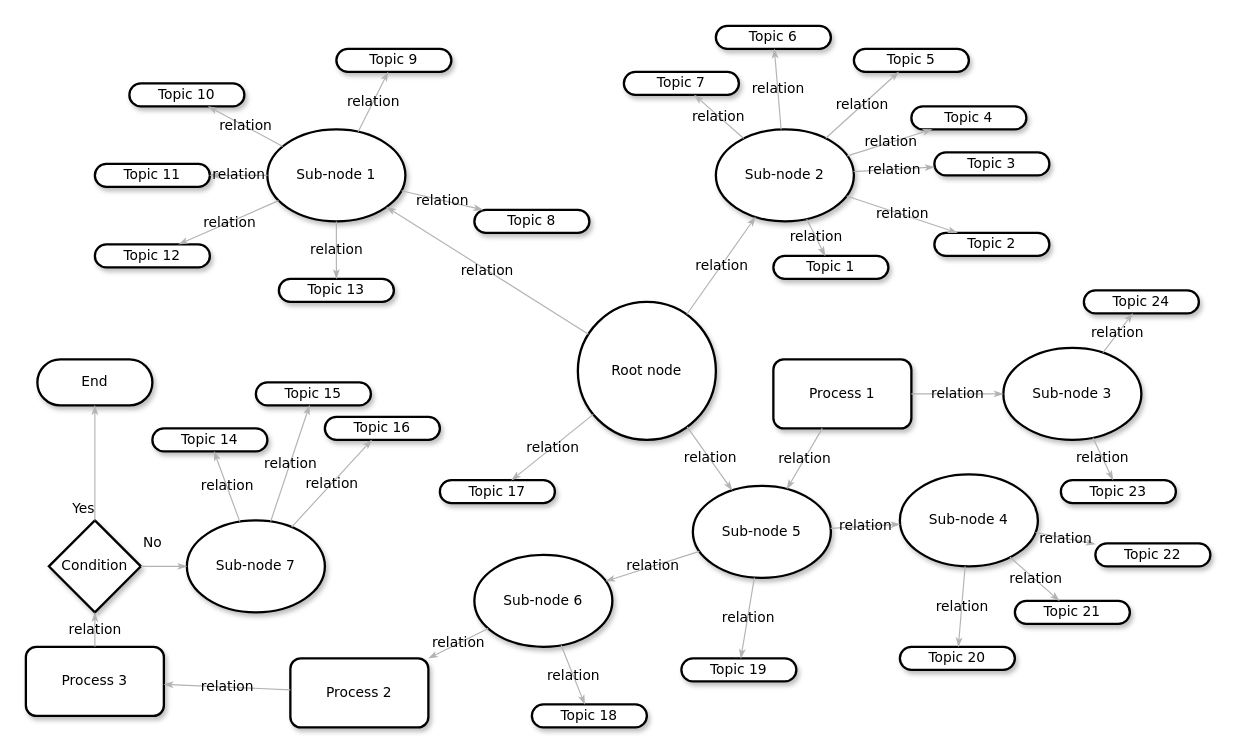
The draw.io diagram 未命名绘图.drawio in grassroots-project/knowledge, before the edit. Source tidied: cells renumbered, new cells numbered last; positions are measured from the earlier drawing's top-left corner, leaving out a move shared by most shapes. Both pictures are drawn from the tidied source at 115%, with x=0, y=0 at pixel (25, 25).
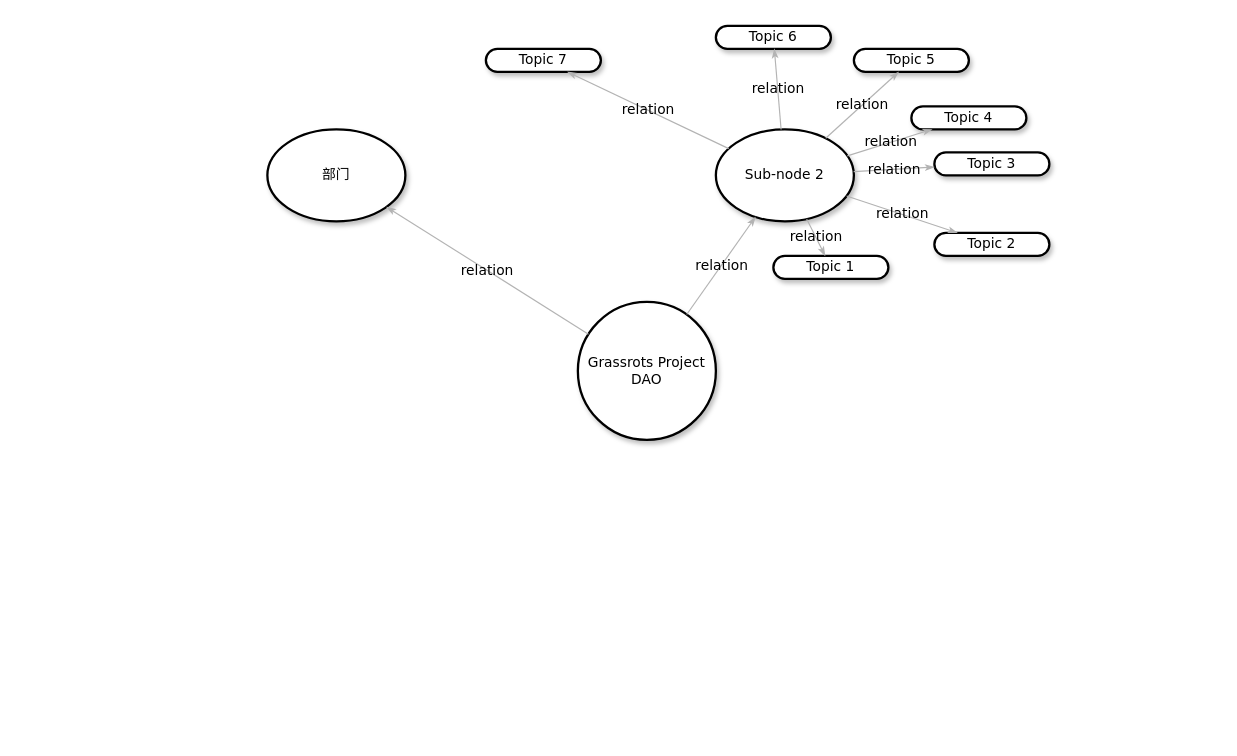
The same diagram, later.

Commit message:
更新未命名绘图.drawio

The edit, as a diff of the source:
```diff
@@
-    <mxCell id="2" value="&lt;span&gt;Topic 10&lt;/span&gt;" style="whiteSpace=wrap;html=1;rounded=1;shadow=1;comic=0;labelBackgroundColor=none;strokeWidth=2;fontFamily=Verdana;fontSize=12;align=center;arcSize=50;" parent="1" vertex="1">
-      <mxGeometry x="90" y="50" width="100" height="20" as="geometry" />
-    </mxCell>
-    <mxCell id="3" value="Sub-node 1" style="ellipse;whiteSpace=wrap;html=1;rounded=1;shadow=1;comic=0;labelBackgroundColor=none;strokeWidth=2;fontFamily=Verdana;fontSize=12;align=center;" parent="1" vertex="1">
+    <mxCell id="3" value="部门" style="ellipse;whiteSpace=wrap;html=1;rounded=1;shadow=1;comic=0;labelBackgroundColor=none;strokeWidth=2;fontFamily=Verdana;fontSize=12;align=center;" parent="1" vertex="1">
       <mxGeometry x="210" y="90" width="120" height="80" as="geometry" />
     </mxCell>
@@
-    <mxCell id="5" value="Root node" style="ellipse;whiteSpace=wrap;html=1;rounded=1;shadow=1;comic=0;labelBackgroundColor=none;strokeWidth=2;fontFamily=Verdana;fontSize=12;align=center;" parent="1" vertex="1">
+    <mxCell id="5" value="Grassrots Project&lt;br&gt;DAO" style="ellipse;whiteSpace=wrap;html=1;rounded=1;shadow=1;comic=0;labelBackgroundColor=none;strokeWidth=2;fontFamily=Verdana;fontSize=12;align=center;" parent="1" vertex="1">
       <mxGeometry x="480" y="240" width="120" height="120" as="geometry" />
     </mxCell>
-    <mxCell id="6" value="&lt;span&gt;Sub-node 5&lt;/span&gt;" style="ellipse;whiteSpace=wrap;html=1;rounded=1;shadow=1;comic=0;labelBackgroundColor=none;strokeWidth=2;fontFamily=Verdana;fontSize=12;align=center;" parent="1" vertex="1">
-      <mxGeometry x="580" y="400" width="120" height="80" as="geometry" />
-    </mxCell>
-    <mxCell id="7" value="&lt;span&gt;Sub-node 4&lt;/span&gt;" style="ellipse;whiteSpace=wrap;html=1;rounded=1;shadow=1;comic=0;labelBackgroundColor=none;strokeWidth=2;fontFamily=Verdana;fontSize=12;align=center;" parent="1" vertex="1">
-      <mxGeometry x="760" y="390" width="120" height="80" as="geometry" />
-    </mxCell>
-    <mxCell id="8" value="&lt;span&gt;Sub-node 6&lt;/span&gt;" style="ellipse;whiteSpace=wrap;html=1;rounded=1;shadow=1;comic=0;labelBackgroundColor=none;strokeWidth=2;fontFamily=Verdana;fontSize=12;align=center;" parent="1" vertex="1">
-      <mxGeometry x="390" y="460" width="120" height="80" as="geometry" />
-    </mxCell>
-    <mxCell id="9" value="&lt;span&gt;Topic 11&lt;/span&gt;" style="whiteSpace=wrap;html=1;rounded=1;shadow=1;comic=0;labelBackgroundColor=none;strokeWidth=2;fontFamily=Verdana;fontSize=12;align=center;arcSize=50;" parent="1" vertex="1">
-      <mxGeometry x="60" y="120" width="100" height="20" as="geometry" />
-    </mxCell>
-    <mxCell id="10" value="&lt;span&gt;Topic 12&lt;/span&gt;" style="whiteSpace=wrap;html=1;rounded=1;shadow=1;comic=0;labelBackgroundColor=none;strokeWidth=2;fontFamily=Verdana;fontSize=12;align=center;arcSize=50;" parent="1" vertex="1">
-      <mxGeometry x="60" y="190" width="100" height="20" as="geometry" />
-    </mxCell>
-    <mxCell id="11" value="&lt;span&gt;Topic 9&lt;/span&gt;" style="whiteSpace=wrap;html=1;rounded=1;shadow=1;comic=0;labelBackgroundColor=none;strokeWidth=2;fontFamily=Verdana;fontSize=12;align=center;arcSize=50;" parent="1" vertex="1">
-      <mxGeometry x="270" y="20" width="100" height="20" as="geometry" />
-    </mxCell>
     <mxCell id="12" value="&lt;span&gt;Topic 7&lt;/span&gt;" style="whiteSpace=wrap;html=1;rounded=1;shadow=1;comic=0;labelBackgroundColor=none;strokeWidth=2;fontFamily=Verdana;fontSize=12;align=center;arcSize=50;" parent="1" vertex="1">
-      <mxGeometry x="520" y="40" width="100" height="20" as="geometry" />
+      <mxGeometry x="400" y="20" width="100" height="20" as="geometry" />
     </mxCell>
-    <mxCell id="13" value="&lt;span&gt;Topic 21&lt;/span&gt;" style="whiteSpace=wrap;html=1;rounded=1;shadow=1;comic=0;labelBackgroundColor=none;strokeWidth=2;fontFamily=Verdana;fontSize=12;align=center;arcSize=50;" parent="1" vertex="1">
-      <mxGeometry x="860" y="500" width="100" height="20" as="geometry" />
-    </mxCell>
-    <mxCell id="14" value="&lt;span&gt;Topic 22&lt;/span&gt;" style="whiteSpace=wrap;html=1;rounded=1;shadow=1;comic=0;labelBackgroundColor=none;strokeWidth=2;fontFamily=Verdana;fontSize=12;align=center;arcSize=50;" parent="1" vertex="1">
-      <mxGeometry x="930" y="450" width="100" height="20" as="geometry" />
-    </mxCell>
@@
-    <mxCell id="21" value="&lt;span&gt;Topic 20&lt;/span&gt;" style="whiteSpace=wrap;html=1;rounded=1;shadow=1;comic=0;labelBackgroundColor=none;strokeWidth=2;fontFamily=Verdana;fontSize=12;align=center;arcSize=50;" parent="1" vertex="1">
-      <mxGeometry x="760" y="540" width="100" height="20" as="geometry" />
-    </mxCell>
-    <mxCell id="22" value="End" style="whiteSpace=wrap;html=1;rounded=1;shadow=1;comic=0;labelBackgroundColor=none;strokeWidth=2;fontFamily=Verdana;fontSize=12;align=center;arcSize=50;" parent="1" vertex="1">
-      <mxGeometry x="10" y="290" width="100" height="40" as="geometry" />
-    </mxCell>
-    <mxCell id="23" value="Condition" style="rhombus;whiteSpace=wrap;html=1;rounded=0;shadow=1;comic=0;labelBackgroundColor=none;strokeWidth=2;fontFamily=Verdana;fontSize=12;align=center;" parent="1" vertex="1">
-      <mxGeometry x="20" y="430" width="80" height="80" as="geometry" />
-    </mxCell>
-    <mxCell id="24" value="&lt;span&gt;Process 3&lt;/span&gt;" style="rounded=1;whiteSpace=wrap;html=1;shadow=1;comic=0;labelBackgroundColor=none;strokeWidth=2;fontFamily=Verdana;fontSize=12;align=center;" parent="1" vertex="1">
-      <mxGeometry y="540" width="120" height="60" as="geometry" />
-    </mxCell>
-    <mxCell id="25" value="Process 2" style="rounded=1;whiteSpace=wrap;html=1;shadow=1;comic=0;labelBackgroundColor=none;strokeWidth=2;fontFamily=Verdana;fontSize=12;align=center;" parent="1" vertex="1">
-      <mxGeometry x="230" y="550" width="120" height="60" as="geometry" />
-    </mxCell>
-    <mxCell id="26" value="relation" style="edgeStyle=none;rounded=1;html=1;labelBackgroundColor=none;startArrow=none;startFill=0;startSize=5;endArrow=classicThin;endFill=1;endSize=5;jettySize=auto;strokeColor=#B3B3B3;strokeWidth=1;fontFamily=Verdana;fontSize=12;" parent="1" edge="1" source="3" target="11">
-      <mxGeometry relative="1" as="geometry" />
-    </mxCell>
-    <mxCell id="27" value="relation" style="edgeStyle=none;rounded=1;html=1;labelBackgroundColor=none;startArrow=none;startFill=0;startSize=5;endArrow=classicThin;endFill=1;endSize=5;jettySize=auto;strokeColor=#B3B3B3;strokeWidth=1;fontFamily=Verdana;fontSize=12;" parent="1" edge="1" source="3" target="2">
-      <mxGeometry relative="1" as="geometry" />
-    </mxCell>
-    <mxCell id="28" value="relation" style="edgeStyle=none;rounded=1;html=1;labelBackgroundColor=none;startArrow=none;startFill=0;startSize=5;endArrow=classicThin;endFill=1;endSize=5;jettySize=auto;strokeColor=#B3B3B3;strokeWidth=1;fontFamily=Verdana;fontSize=12;" parent="1" edge="1" source="3" target="9">
-      <mxGeometry relative="1" as="geometry" />
-    </mxCell>
-    <mxCell id="29" value="relation" style="edgeStyle=none;rounded=1;html=1;labelBackgroundColor=none;startArrow=none;startFill=0;startSize=5;endArrow=classicThin;endFill=1;endSize=5;jettySize=auto;strokeColor=#B3B3B3;strokeWidth=1;fontFamily=Verdana;fontSize=12;" parent="1" edge="1" source="3" target="10">
-      <mxGeometry relative="1" as="geometry" />
-    </mxCell>
@@
-    <mxCell id="32" value="relation" style="edgeStyle=none;rounded=1;html=1;labelBackgroundColor=none;startArrow=none;startFill=0;startSize=5;endArrow=classicThin;endFill=1;endSize=5;jettySize=auto;strokeColor=#B3B3B3;strokeWidth=1;fontFamily=Verdana;fontSize=12;" parent="1" edge="1" source="5" target="6">
-      <mxGeometry relative="1" as="geometry" />
-    </mxCell>
-    <mxCell id="33" value="relation" style="edgeStyle=none;rounded=1;html=1;labelBackgroundColor=none;startArrow=none;startFill=0;startSize=5;endArrow=classicThin;endFill=1;endSize=5;jettySize=auto;strokeColor=#B3B3B3;strokeWidth=1;fontFamily=Verdana;fontSize=12;" parent="1" edge="1" source="6" target="8">
-      <mxGeometry relative="1" as="geometry" />
-    </mxCell>
-    <mxCell id="34" value="relation" style="edgeStyle=none;rounded=1;html=1;labelBackgroundColor=none;startArrow=none;startFill=0;startSize=5;endArrow=classicThin;endFill=1;endSize=5;jettySize=auto;strokeColor=#B3B3B3;strokeWidth=1;fontFamily=Verdana;fontSize=12;" parent="1" edge="1" source="6" target="7">
-      <mxGeometry relative="1" as="geometry" />
-    </mxCell>
-    <mxCell id="35" value="relation" style="edgeStyle=none;rounded=1;html=1;labelBackgroundColor=none;startArrow=none;startFill=0;startSize=5;endArrow=classicThin;endFill=1;endSize=5;jettySize=auto;strokeColor=#B3B3B3;strokeWidth=1;fontFamily=Verdana;fontSize=12;" parent="1" edge="1" source="7" target="14">
-      <mxGeometry relative="1" as="geometry" />
-    </mxCell>
-    <mxCell id="36" value="relation" style="edgeStyle=none;rounded=1;html=1;labelBackgroundColor=none;startArrow=none;startFill=0;startSize=5;endArrow=classicThin;endFill=1;endSize=5;jettySize=auto;strokeColor=#B3B3B3;strokeWidth=1;fontFamily=Verdana;fontSize=12;" parent="1" edge="1" source="7" target="13">
-      <mxGeometry relative="1" as="geometry" />
-    </mxCell>
-    <mxCell id="37" value="relation" style="edgeStyle=none;rounded=1;html=1;labelBackgroundColor=none;startArrow=none;startFill=0;startSize=5;endArrow=classicThin;endFill=1;endSize=5;jettySize=auto;strokeColor=#B3B3B3;strokeWidth=1;fontFamily=Verdana;fontSize=12;" parent="1" edge="1" source="7" target="21">
-      <mxGeometry relative="1" as="geometry" />
-    </mxCell>
@@
-    <mxCell id="45" value="relation" style="edgeStyle=none;rounded=1;html=1;labelBackgroundColor=none;startArrow=none;startFill=0;startSize=5;endArrow=classicThin;endFill=1;endSize=5;jettySize=auto;strokeColor=#B3B3B3;strokeWidth=1;fontFamily=Verdana;fontSize=12;" parent="1" edge="1" source="8" target="25">
-      <mxGeometry relative="1" as="geometry" />
-    </mxCell>
-    <mxCell id="46" value="relation" style="edgeStyle=none;rounded=1;html=1;labelBackgroundColor=none;startArrow=none;startFill=0;startSize=5;endArrow=classicThin;endFill=1;endSize=5;jettySize=auto;strokeColor=#B3B3B3;strokeWidth=1;fontFamily=Verdana;fontSize=12;" parent="1" edge="1" source="25" target="24">
-      <mxGeometry relative="1" as="geometry" />
-    </mxCell>
-    <mxCell id="47" value="relation" style="edgeStyle=none;rounded=1;html=1;labelBackgroundColor=none;startArrow=none;startFill=0;startSize=5;endArrow=classicThin;endFill=1;endSize=5;jettySize=auto;strokeColor=#B3B3B3;strokeWidth=1;fontFamily=Verdana;fontSize=12;" parent="1" edge="1" source="24" target="23">
-      <mxGeometry relative="1" as="geometry" />
-    </mxCell>
-    <mxCell id="48" value="Yes" style="edgeStyle=none;rounded=1;html=1;labelBackgroundColor=none;startArrow=none;startFill=0;startSize=5;endArrow=classicThin;endFill=1;endSize=5;jettySize=auto;strokeColor=#B3B3B3;strokeWidth=1;fontFamily=Verdana;fontSize=12;" parent="1" edge="1" source="23" target="22">
-      <mxGeometry x="-0.79" y="10" relative="1" as="geometry" />
-    </mxCell>
-    <mxCell id="49" value="Process 1" style="rounded=1;whiteSpace=wrap;html=1;shadow=1;comic=0;labelBackgroundColor=none;strokeWidth=2;fontFamily=Verdana;fontSize=12;align=center;" parent="1" vertex="1">
-      <mxGeometry x="650" y="290" width="120" height="60" as="geometry" />
-    </mxCell>
-    <mxCell id="50" value="&lt;span&gt;Sub-node 3&lt;/span&gt;" style="ellipse;whiteSpace=wrap;html=1;rounded=1;shadow=1;comic=0;labelBackgroundColor=none;strokeWidth=2;fontFamily=Verdana;fontSize=12;align=center;" parent="1" vertex="1">
-      <mxGeometry x="850" y="280" width="120" height="80" as="geometry" />
-    </mxCell>
-    <mxCell id="51" value="&lt;span&gt;Topic 24&lt;/span&gt;" style="whiteSpace=wrap;html=1;rounded=1;shadow=1;comic=0;labelBackgroundColor=none;strokeWidth=2;fontFamily=Verdana;fontSize=12;align=center;arcSize=50;" parent="1" vertex="1">
-      <mxGeometry x="920" y="230" width="100" height="20" as="geometry" />
-    </mxCell>
-    <mxCell id="52" value="&lt;span&gt;Topic 23&lt;/span&gt;" style="whiteSpace=wrap;html=1;rounded=1;shadow=1;comic=0;labelBackgroundColor=none;strokeWidth=2;fontFamily=Verdana;fontSize=12;align=center;arcSize=50;" parent="1" vertex="1">
-      <mxGeometry x="900" y="395" width="100" height="20" as="geometry" />
-    </mxCell>
-    <mxCell id="53" value="&lt;span&gt;Topic 8&lt;/span&gt;" style="whiteSpace=wrap;html=1;rounded=1;shadow=1;comic=0;labelBackgroundColor=none;strokeWidth=2;fontFamily=Verdana;fontSize=12;align=center;arcSize=50;" parent="1" vertex="1">
-      <mxGeometry x="390" y="160" width="100" height="20" as="geometry" />
-    </mxCell>
-    <mxCell id="54" value="&lt;span&gt;Topic 13&lt;/span&gt;" style="whiteSpace=wrap;html=1;rounded=1;shadow=1;comic=0;labelBackgroundColor=none;strokeWidth=2;fontFamily=Verdana;fontSize=12;align=center;arcSize=50;" parent="1" vertex="1">
-      <mxGeometry x="220" y="220" width="100" height="20" as="geometry" />
-    </mxCell>
-    <mxCell id="55" value="&lt;span&gt;Topic 19&lt;/span&gt;" style="whiteSpace=wrap;html=1;rounded=1;shadow=1;comic=0;labelBackgroundColor=none;strokeWidth=2;fontFamily=Verdana;fontSize=12;align=center;arcSize=50;" parent="1" vertex="1">
-      <mxGeometry x="570" y="550" width="100" height="20" as="geometry" />
-    </mxCell>
-    <mxCell id="56" value="&lt;span&gt;Topic 18&lt;/span&gt;" style="whiteSpace=wrap;html=1;rounded=1;shadow=1;comic=0;labelBackgroundColor=none;strokeWidth=2;fontFamily=Verdana;fontSize=12;align=center;arcSize=50;" parent="1" vertex="1">
-      <mxGeometry x="440" y="590" width="100" height="20" as="geometry" />
-    </mxCell>
-    <mxCell id="57" value="&lt;span&gt;Topic 17&lt;/span&gt;" style="whiteSpace=wrap;html=1;rounded=1;shadow=1;comic=0;labelBackgroundColor=none;strokeWidth=2;fontFamily=Verdana;fontSize=12;align=center;arcSize=50;" parent="1" vertex="1">
-      <mxGeometry x="360" y="395" width="100" height="20" as="geometry" />
-    </mxCell>
-    <mxCell id="58" value="relation" style="edgeStyle=none;rounded=1;html=1;labelBackgroundColor=none;startArrow=none;startFill=0;startSize=5;endArrow=classicThin;endFill=1;endSize=5;jettySize=auto;strokeColor=#B3B3B3;strokeWidth=1;fontFamily=Verdana;fontSize=12;" parent="1" edge="1" source="3" target="53">
-      <mxGeometry relative="1" as="geometry" />
-    </mxCell>
-    <mxCell id="59" value="relation" style="edgeStyle=none;rounded=1;html=1;labelBackgroundColor=none;startArrow=none;startFill=0;startSize=5;endArrow=classicThin;endFill=1;endSize=5;jettySize=auto;strokeColor=#B3B3B3;strokeWidth=1;fontFamily=Verdana;fontSize=12;" parent="1" edge="1" source="3" target="54">
-      <mxGeometry relative="1" as="geometry" />
-    </mxCell>
-    <mxCell id="60" value="relation" style="edgeStyle=none;rounded=1;html=1;labelBackgroundColor=none;startArrow=none;startFill=0;startSize=5;endArrow=classicThin;endFill=1;endSize=5;jettySize=auto;strokeColor=#B3B3B3;strokeWidth=1;fontFamily=Verdana;fontSize=12;" parent="1" edge="1" source="50" target="51">
-      <mxGeometry relative="1" as="geometry" />
-    </mxCell>
-    <mxCell id="61" value="relation" style="edgeStyle=none;rounded=1;html=1;labelBackgroundColor=none;startArrow=none;startFill=0;startSize=5;endArrow=classicThin;endFill=1;endSize=5;jettySize=auto;strokeColor=#B3B3B3;strokeWidth=1;fontFamily=Verdana;fontSize=12;" parent="1" edge="1" source="50" target="52">
-      <mxGeometry relative="1" as="geometry" />
-    </mxCell>
-    <mxCell id="62" value="relation" style="edgeStyle=none;rounded=1;html=1;labelBackgroundColor=none;startArrow=none;startFill=0;startSize=5;endArrow=classicThin;endFill=1;endSize=5;jettySize=auto;strokeColor=#B3B3B3;strokeWidth=1;fontFamily=Verdana;fontSize=12;" parent="1" edge="1" source="49" target="50">
-      <mxGeometry relative="1" as="geometry" />
-    </mxCell>
-    <mxCell id="63" value="relation" style="edgeStyle=none;rounded=1;html=1;labelBackgroundColor=none;startArrow=none;startFill=0;startSize=5;endArrow=classicThin;endFill=1;endSize=5;jettySize=auto;strokeColor=#B3B3B3;strokeWidth=1;fontFamily=Verdana;fontSize=12;" parent="1" edge="1" source="49" target="6">
-      <mxGeometry relative="1" as="geometry" />
-    </mxCell>
-    <mxCell id="64" value="&lt;span&gt;Sub-node 7&lt;/span&gt;" style="ellipse;whiteSpace=wrap;html=1;rounded=1;shadow=1;comic=0;labelBackgroundColor=none;strokeWidth=2;fontFamily=Verdana;fontSize=12;align=center;" parent="1" vertex="1">
-      <mxGeometry x="140" y="430" width="120" height="80" as="geometry" />
-    </mxCell>
-    <mxCell id="65" value="&lt;span&gt;Topic 16&lt;/span&gt;" style="whiteSpace=wrap;html=1;rounded=1;shadow=1;comic=0;labelBackgroundColor=none;strokeWidth=2;fontFamily=Verdana;fontSize=12;align=center;arcSize=50;" parent="1" vertex="1">
-      <mxGeometry x="260" y="340" width="100" height="20" as="geometry" />
-    </mxCell>
-    <mxCell id="66" value="&lt;span&gt;Topic 15&lt;/span&gt;" style="whiteSpace=wrap;html=1;rounded=1;shadow=1;comic=0;labelBackgroundColor=none;strokeWidth=2;fontFamily=Verdana;fontSize=12;align=center;arcSize=50;" parent="1" vertex="1">
-      <mxGeometry x="200" y="310" width="100" height="20" as="geometry" />
-    </mxCell>
-    <mxCell id="67" value="&lt;span&gt;Topic 14&lt;/span&gt;" style="whiteSpace=wrap;html=1;rounded=1;shadow=1;comic=0;labelBackgroundColor=none;strokeWidth=2;fontFamily=Verdana;fontSize=12;align=center;arcSize=50;" parent="1" vertex="1">
-      <mxGeometry x="110" y="350" width="100" height="20" as="geometry" />
-    </mxCell>
-    <mxCell id="68" value="relation" style="edgeStyle=none;rounded=1;html=1;labelBackgroundColor=none;startArrow=none;startFill=0;startSize=5;endArrow=classicThin;endFill=1;endSize=5;jettySize=auto;strokeColor=#B3B3B3;strokeWidth=1;fontFamily=Verdana;fontSize=12;" parent="1" edge="1" source="64" target="67">
-      <mxGeometry relative="1" as="geometry" />
-    </mxCell>
-    <mxCell id="69" value="relation" style="edgeStyle=none;rounded=1;html=1;labelBackgroundColor=none;startArrow=none;startFill=0;startSize=5;endArrow=classicThin;endFill=1;endSize=5;jettySize=auto;strokeColor=#B3B3B3;strokeWidth=1;fontFamily=Verdana;fontSize=12;" parent="1" edge="1" source="64" target="66">
-      <mxGeometry relative="1" as="geometry" />
-    </mxCell>
-    <mxCell id="70" value="relation" style="edgeStyle=none;rounded=1;html=1;labelBackgroundColor=none;startArrow=none;startFill=0;startSize=5;endArrow=classicThin;endFill=1;endSize=5;jettySize=auto;strokeColor=#B3B3B3;strokeWidth=1;fontFamily=Verdana;fontSize=12;" parent="1" edge="1" source="64" target="65">
-      <mxGeometry relative="1" as="geometry" />
-    </mxCell>
-    <mxCell id="71" value="No" style="edgeStyle=none;rounded=1;html=1;labelBackgroundColor=none;startArrow=none;startFill=0;startSize=5;endArrow=classicThin;endFill=1;endSize=5;jettySize=auto;strokeColor=#B3B3B3;strokeWidth=1;fontFamily=Verdana;fontSize=12;" parent="1" edge="1" source="23" target="64">
-      <mxGeometry x="-0.5" y="20" relative="1" as="geometry" />
-    </mxCell>
-    <mxCell id="72" value="relation" style="edgeStyle=none;rounded=1;html=1;labelBackgroundColor=none;startArrow=none;startFill=0;startSize=5;endArrow=classicThin;endFill=1;endSize=5;jettySize=auto;strokeColor=#B3B3B3;strokeWidth=1;fontFamily=Verdana;fontSize=12;" parent="1" edge="1" source="5" target="57">
-      <mxGeometry relative="1" as="geometry" />
-    </mxCell>
-    <mxCell id="73" value="relation" style="edgeStyle=none;rounded=1;html=1;labelBackgroundColor=none;startArrow=none;startFill=0;startSize=5;endArrow=classicThin;endFill=1;endSize=5;jettySize=auto;strokeColor=#B3B3B3;strokeWidth=1;fontFamily=Verdana;fontSize=12;" parent="1" edge="1" source="6" target="55">
-      <mxGeometry relative="1" as="geometry" />
-    </mxCell>
-    <mxCell id="74" value="relation" style="edgeStyle=none;rounded=1;html=1;labelBackgroundColor=none;startArrow=none;startFill=0;startSize=5;endArrow=classicThin;endFill=1;endSize=5;jettySize=auto;strokeColor=#B3B3B3;strokeWidth=1;fontFamily=Verdana;fontSize=12;" parent="1" edge="1" source="8" target="56">
-      <mxGeometry relative="1" as="geometry" />
-    </mxCell>
```
